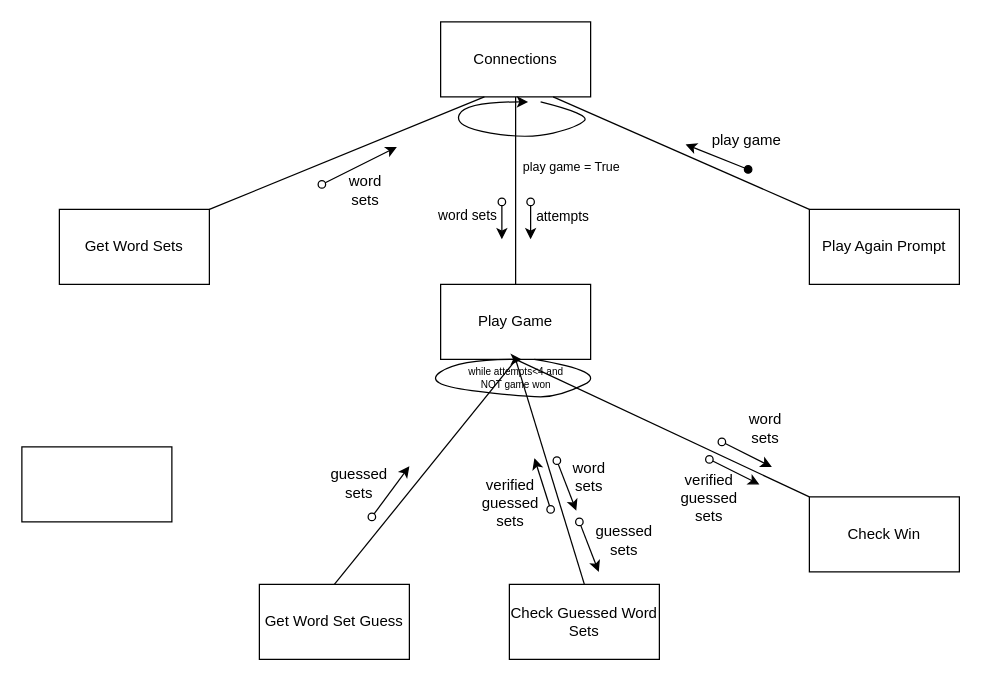
The draw.io diagram Structure Chart.drawio in FinlayPunch/Connections-Asessment, before the edit. Source tidied: cells renumbered, new cells numbered last; positions are measured from the earlier drawing's top-left corner, leaving out a move shared by most shapes. Both pictures are drawn from the tidied source at 125%, with x=0, y=0 at pixel (21, 21).
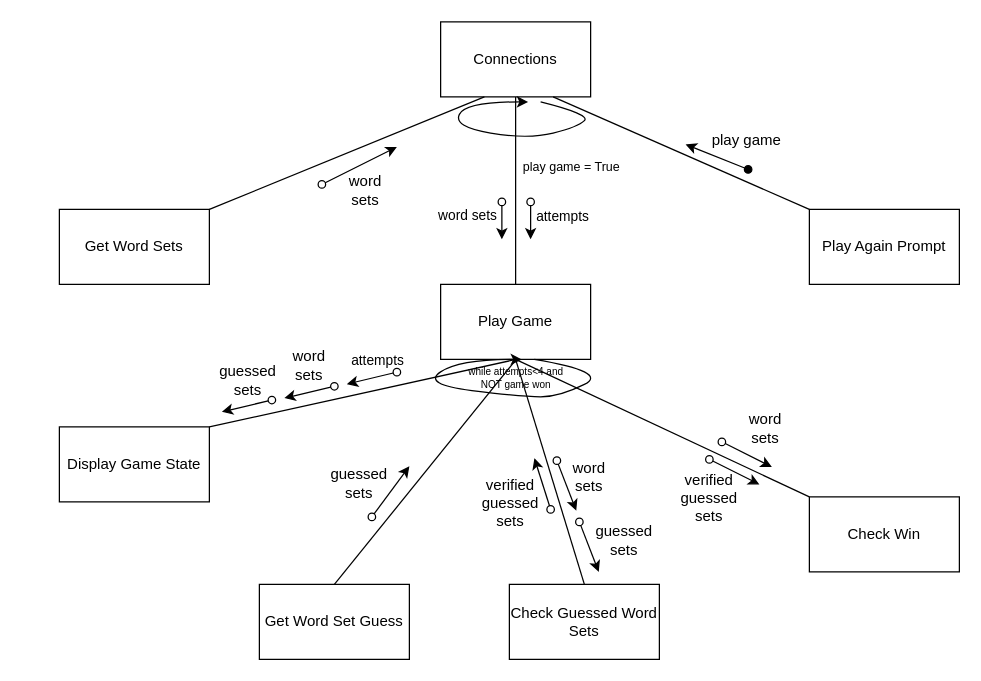
The same diagram, later.

Unchanged cells that the change refers to:
```xml
<mxCell id="20" value="while attempts&amp;lt;4 and NOT game won" style="text;html=1;align=center;verticalAlign=middle;whiteSpace=wrap;rounded=0;fontSize=8;" parent="1" vertex="1">
  <mxGeometry x="352" y="270" width="87" height="30" as="geometry" />
</mxCell>
```

What changed in the source:
```diff
@@
-    <mxCell id="35" style="rounded=0;whiteSpace=wrap;html=1;" parent="1" vertex="1">
-      <mxGeometry y="340" width="120" height="60" as="geometry" />
+    <mxCell id="35" value="Display Game State" style="rounded=0;whiteSpace=wrap;html=1;" parent="1" vertex="1">
+      <mxGeometry x="30" y="324" width="120" height="60" as="geometry" />
     </mxCell>
@@
+    <mxCell id="40" style="endArrow=none;html=1;rounded=0;entryX=0.5;entryY=0;entryDx=0;entryDy=0;exitX=1;exitY=0;exitDx=0;exitDy=0;" parent="1" edge="1" source="35" target="20">
+      <mxGeometry relative="1" as="geometry" />
+    </mxCell>
+    <mxCell id="41" style="endArrow=classic;html=1;rounded=0;startArrow=oval;startFill=0;" parent="1" edge="1">
+      <mxGeometry relative="1" as="geometry">
+        <mxPoint x="300" y="280.2" as="sourcePoint" />
+        <mxPoint x="260" y="289.8" as="targetPoint" />
+      </mxGeometry>
+    </mxCell>
+    <mxCell id="42" style="endArrow=classic;html=1;rounded=0;startArrow=oval;startFill=0;" parent="1" edge="1">
+      <mxGeometry relative="1" as="geometry">
+        <mxPoint x="250" y="291.5" as="sourcePoint" />
+        <mxPoint x="210" y="301" as="targetPoint" />
+      </mxGeometry>
+    </mxCell>
+    <mxCell id="43" style="endArrow=classic;html=1;rounded=0;startArrow=oval;startFill=0;" parent="1" edge="1">
+      <mxGeometry relative="1" as="geometry">
+        <mxPoint x="200" y="302.5" as="sourcePoint" />
+        <mxPoint x="160" y="312" as="targetPoint" />
+      </mxGeometry>
+    </mxCell>
+    <mxCell id="44" value="attempts" style="text;html=1;align=center;verticalAlign=middle;whiteSpace=wrap;rounded=0;fontSize=11;" parent="1" vertex="1">
+      <mxGeometry x="255" y="256" width="60" height="30" as="geometry" />
+    </mxCell>
+    <mxCell id="45" value="word sets" style="text;html=1;align=center;verticalAlign=middle;whiteSpace=wrap;rounded=0;" parent="1" vertex="1">
+      <mxGeometry x="205" y="260" width="50" height="30" as="geometry" />
+    </mxCell>
+    <mxCell id="46" value="guessed sets" style="text;html=1;align=center;verticalAlign=middle;whiteSpace=wrap;rounded=0;" parent="1" vertex="1">
+      <mxGeometry x="151" y="272" width="60" height="30" as="geometry" />
+    </mxCell>
```
